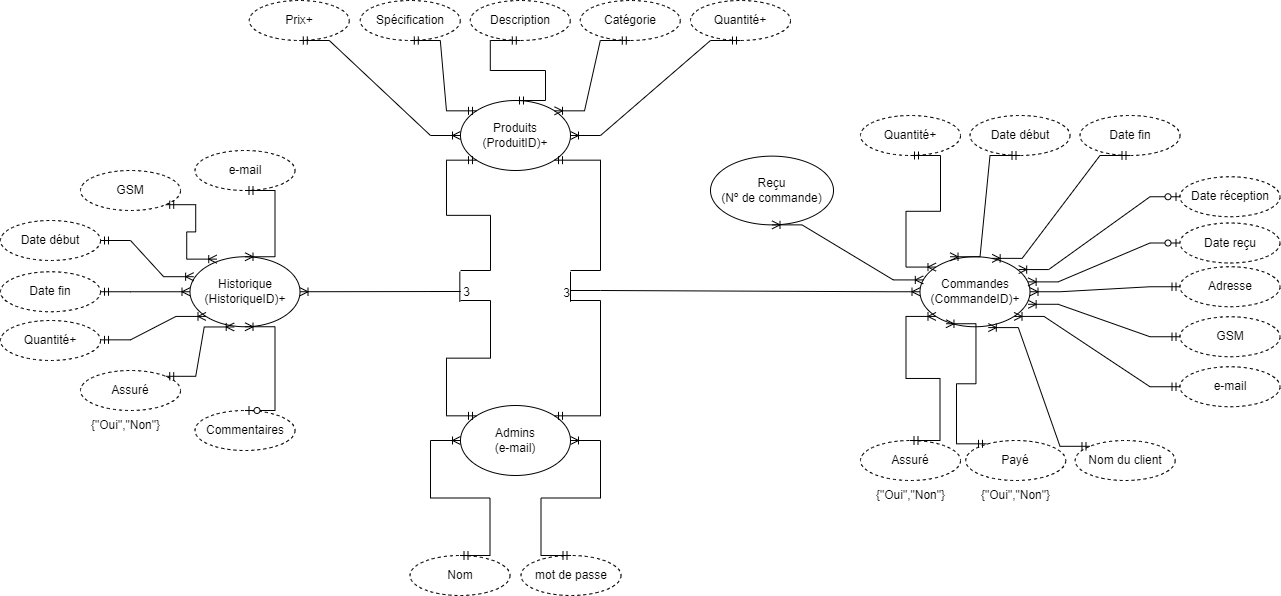
Above: ORM.png in Emilevillette/LINFO1212-2022-12 (draw.io), before the change. Source tidied: cells renumbered, new cells last; positions are measured from the earlier drawing's top-left corner, leaving out a move shared by most shapes.
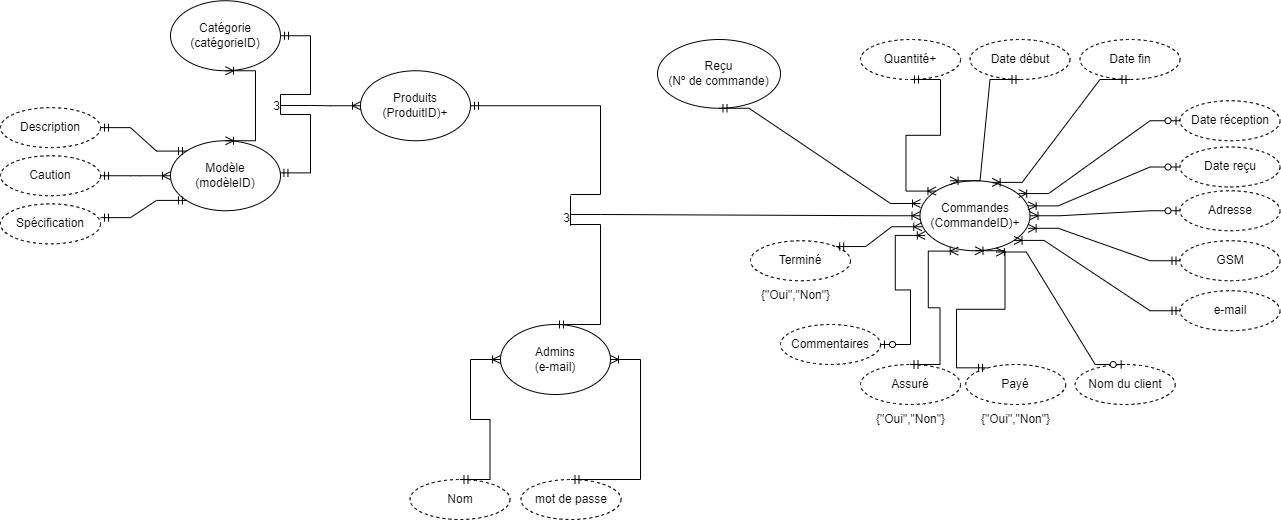
Above is the later version.

Diff of the diagram source:
```diff
@@ -5,3 +5,3 @@
     <mxCell id="2" value="Produits&lt;br&gt;(ProduitID)+" style="ellipse;whiteSpace=wrap;html=1;align=center;" parent="1" vertex="1">
-      <mxGeometry x="460" y="100" width="110" height="70" as="geometry" />
+      <mxGeometry x="360" y="146.2" width="110" height="70" as="geometry" />
     </mxCell>
@@ -11,13 +11,7 @@
     <mxCell id="4" value="Admins&lt;br&gt;(e-mail)" style="ellipse;whiteSpace=wrap;html=1;align=center;" parent="1" vertex="1">
-      <mxGeometry x="460" y="405" width="110" height="70" as="geometry" />
+      <mxGeometry x="500" y="400" width="110" height="70" as="geometry" />
     </mxCell>
-    <mxCell id="5" value="Catégorie" style="ellipse;whiteSpace=wrap;html=1;align=center;dashed=1;" parent="1" vertex="1">
-      <mxGeometry x="579.8" width="100" height="40" as="geometry" />
-    </mxCell>
     <mxCell id="6" value="Description" style="ellipse;whiteSpace=wrap;html=1;align=center;dashed=1;" parent="1" vertex="1">
-      <mxGeometry x="469.8" width="100" height="40" as="geometry" />
+      <mxGeometry y="183.1" width="100" height="40" as="geometry" />
     </mxCell>
-    <mxCell id="7" value="Prix+" style="ellipse;whiteSpace=wrap;html=1;align=center;dashed=1;" parent="1" vertex="1">
-      <mxGeometry x="248.8" width="100" height="40" as="geometry" />
-    </mxCell>
     <mxCell id="8" value="Nom" style="ellipse;whiteSpace=wrap;html=1;align=center;dashed=1;" parent="1" vertex="1">
@@ -43,5 +37,2 @@
     </mxCell>
-    <mxCell id="15" style="edgeStyle=entityRelationEdgeStyle;fontSize=12;html=1;endArrow=ERmandOne;startArrow=ERmandOne;rounded=0;fontColor=none;exitX=0.5;exitY=1;exitDx=0;exitDy=0;entryX=0.5;entryY=0;entryDx=0;entryDy=0;" parent="1" edge="1" source="6" target="2">
-      <mxGeometry relative="1" as="geometry" />
-    </mxCell>
     <mxCell id="16" style="endArrow=none;html=1;rounded=0;fontColor=none;" parent="1" edge="1">
@@ -60,8 +51,2 @@
     </mxCell>
-    <mxCell id="19" style="edgeStyle=entityRelationEdgeStyle;fontSize=12;html=1;endArrow=ERoneToMany;startArrow=ERmandOne;rounded=0;fontColor=none;entryX=1;entryY=0;entryDx=0;entryDy=0;exitX=0.5;exitY=1;exitDx=0;exitDy=0;" parent="1" edge="1" source="5" target="2">
-      <mxGeometry relative="1" as="geometry" />
-    </mxCell>
-    <mxCell id="20" style="edgeStyle=entityRelationEdgeStyle;fontSize=12;html=1;endArrow=ERoneToMany;startArrow=ERmandOne;rounded=0;fontColor=none;exitX=0.5;exitY=1;exitDx=0;exitDy=0;entryX=0;entryY=0.5;entryDx=0;entryDy=0;" parent="1" edge="1" source="7" target="2">
-      <mxGeometry relative="1" as="geometry" />
-    </mxCell>
     <mxCell id="21" style="edgeStyle=entityRelationEdgeStyle;fontSize=12;html=1;endArrow=ERoneToMany;startArrow=ERmandOne;rounded=0;fontColor=none;exitX=0.5;exitY=0;exitDx=0;exitDy=0;entryX=0;entryY=0.5;entryDx=0;entryDy=0;" parent="1" edge="1" source="8" target="4">
@@ -69,3 +54,3 @@
     </mxCell>
-    <mxCell id="22" style="edgeStyle=entityRelationEdgeStyle;fontSize=12;html=1;endArrow=ERoneToMany;startArrow=ERmandOne;rounded=0;fontColor=none;exitX=0.5;exitY=0;exitDx=0;exitDy=0;entryX=1;entryY=0.5;entryDx=0;entryDy=0;" parent="1" edge="1" source="9" target="4">
+    <mxCell id="22" style="edgeStyle=entityRelationEdgeStyle;fontSize=12;html=1;endArrow=ERoneToMany;startArrow=ERmandOne;rounded=0;fontColor=none;exitX=0.5;exitY=0;exitDx=0;exitDy=0;" parent="1" edge="1" source="9" target="4">
       <mxGeometry relative="1" as="geometry" />
@@ -81,6 +66,6 @@
     </mxCell>
-    <mxCell id="26" style="edgeStyle=entityRelationEdgeStyle;fontSize=12;html=1;endArrow=ERoneToMany;startArrow=ERmandOne;rounded=0;fontColor=none;exitX=0.208;exitY=0.083;exitDx=0;exitDy=0;exitPerimeter=0;entryX=0.236;entryY=0.957;entryDx=0;entryDy=0;entryPerimeter=0;" parent="1" edge="1" source="13" target="3">
+    <mxCell id="26" style="edgeStyle=entityRelationEdgeStyle;fontSize=12;html=1;endArrow=ERoneToMany;startArrow=ERmandOne;rounded=0;fontColor=none;exitX=0.208;exitY=0.083;exitDx=0;exitDy=0;exitPerimeter=0;entryX=0.5;entryY=1;entryDx=0;entryDy=0;" parent="1" edge="1" source="13" target="3">
       <mxGeometry relative="1" as="geometry" />
     </mxCell>
-    <mxCell id="27" style="edgeStyle=entityRelationEdgeStyle;fontSize=12;html=1;endArrow=ERmandOne;rounded=0;fontColor=none;entryX=1;entryY=1;entryDx=0;entryDy=0;" parent="1" edge="1" target="2">
+    <mxCell id="27" style="edgeStyle=entityRelationEdgeStyle;fontSize=12;html=1;endArrow=ERmandOne;rounded=0;fontColor=none;entryX=1;entryY=0.5;entryDx=0;entryDy=0;" parent="1" edge="1" target="2">
       <mxGeometry relative="1" as="geometry">
@@ -89,3 +74,3 @@
     </mxCell>
-    <mxCell id="28" style="edgeStyle=entityRelationEdgeStyle;fontSize=12;html=1;endArrow=ERmandOne;rounded=0;fontColor=none;entryX=1;entryY=0;entryDx=0;entryDy=0;" parent="1" edge="1" target="4">
+    <mxCell id="28" style="edgeStyle=entityRelationEdgeStyle;fontSize=12;html=1;endArrow=ERmandOne;rounded=0;fontColor=none;entryX=0.5;entryY=0;entryDx=0;entryDy=0;" parent="1" edge="1" target="4">
       <mxGeometry relative="1" as="geometry">
@@ -112,8 +97,2 @@
     </mxCell>
-    <mxCell id="35" style="edgeStyle=entityRelationEdgeStyle;fontSize=12;html=1;endArrow=ERoneToMany;startArrow=ERmandOne;rounded=0;fontColor=none;exitX=0;exitY=0.5;exitDx=0;exitDy=0;entryX=1;entryY=0.5;entryDx=0;entryDy=0;" parent="1" edge="1" source="32" target="3">
-      <mxGeometry relative="1" as="geometry" />
-    </mxCell>
-    <mxCell id="36" style="edgeStyle=entityRelationEdgeStyle;fontSize=12;html=1;endArrow=ERoneToMany;startArrow=ERmandOne;rounded=0;fontColor=none;exitX=0;exitY=0;exitDx=0;exitDy=0;entryX=0.621;entryY=1.012;entryDx=0;entryDy=0;entryPerimeter=0;" parent="1" edge="1" source="31" target="3">
-      <mxGeometry relative="1" as="geometry" />
-    </mxCell>
     <mxCell id="37" value="e-mail" style="ellipse;whiteSpace=wrap;html=1;align=center;dashed=1;" parent="1" vertex="1">
@@ -130,26 +109,2 @@
     </mxCell>
-    <mxCell id="41" value="Spécification" style="ellipse;whiteSpace=wrap;html=1;align=center;dashed=1;" parent="1" vertex="1">
-      <mxGeometry x="359.8" width="100" height="40" as="geometry" />
-    </mxCell>
-    <mxCell id="42" style="edgeStyle=entityRelationEdgeStyle;fontSize=12;html=1;endArrow=ERmandOne;startArrow=ERmandOne;rounded=0;fontColor=none;exitX=0.5;exitY=1;exitDx=0;exitDy=0;entryX=0;entryY=0;entryDx=0;entryDy=0;" parent="1" edge="1" source="41" target="2">
-      <mxGeometry relative="1" as="geometry" />
-    </mxCell>
-    <mxCell id="43" value="Historique&lt;br&gt;(HistoriqueID)+" style="ellipse;whiteSpace=wrap;html=1;align=center;" parent="1" vertex="1">
-      <mxGeometry x="189.5" y="256.2" width="110" height="70" as="geometry" />
-    </mxCell>
-    <mxCell id="44" value="Quantité+" style="ellipse;whiteSpace=wrap;html=1;align=center;dashed=1;" parent="1" vertex="1">
-      <mxGeometry y="320" width="100" height="40" as="geometry" />
-    </mxCell>
-    <mxCell id="45" value="Date début" style="ellipse;whiteSpace=wrap;html=1;align=center;dashed=1;" parent="1" vertex="1">
-      <mxGeometry y="220" width="100" height="40" as="geometry" />
-    </mxCell>
-    <mxCell id="46" value="Date fin" style="ellipse;whiteSpace=wrap;html=1;align=center;dashed=1;" parent="1" vertex="1">
-      <mxGeometry y="271.2" width="100" height="40" as="geometry" />
-    </mxCell>
-    <mxCell id="47" value="GSM" style="ellipse;whiteSpace=wrap;html=1;align=center;dashed=1;" parent="1" vertex="1">
-      <mxGeometry x="80" y="170" width="100" height="40" as="geometry" />
-    </mxCell>
-    <mxCell id="48" value="e-mail" style="ellipse;whiteSpace=wrap;html=1;align=center;dashed=1;" parent="1" vertex="1">
-      <mxGeometry x="194.5" y="150" width="100" height="40" as="geometry" />
-    </mxCell>
     <mxCell id="49" value="Assuré" style="ellipse;whiteSpace=wrap;html=1;align=center;dashed=1;" parent="1" vertex="1">
@@ -160,3 +115,3 @@
     </mxCell>
-    <mxCell id="51" style="edgeStyle=entityRelationEdgeStyle;fontSize=12;html=1;endArrow=ERoneToMany;startArrow=ERmandOne;rounded=0;fontColor=none;entryX=0;entryY=1;entryDx=0;entryDy=0;" parent="1" edge="1" target="3">
+    <mxCell id="51" style="edgeStyle=entityRelationEdgeStyle;fontSize=12;html=1;endArrow=ERoneToMany;startArrow=ERmandOne;rounded=0;fontColor=none;entryX=0.348;entryY=1.005;entryDx=0;entryDy=0;entryPerimeter=0;" parent="1" edge="1" target="3">
       <mxGeometry relative="1" as="geometry">
@@ -165,72 +120,79 @@
     </mxCell>
-    <mxCell id="52" value="Assuré" style="ellipse;whiteSpace=wrap;html=1;align=center;dashed=1;" parent="1" vertex="1">
-      <mxGeometry x="80" y="370" width="100" height="40" as="geometry" />
-    </mxCell>
+    <mxCell id="69" value="Reçu&lt;br&gt;(Nº de commande)" style="ellipse;whiteSpace=wrap;html=1;align=center;" parent="1" vertex="1">
+      <mxGeometry x="657" y="115" width="123" height="68.8" as="geometry" />
+    </mxCell>
+    <mxCell id="54" value="Commentaires" style="ellipse;whiteSpace=wrap;html=1;align=center;dashed=1;" parent="1" vertex="1">
+      <mxGeometry x="780" y="400" width="100" height="40" as="geometry" />
+    </mxCell>
+    <mxCell id="71" value="Terminé" style="ellipse;whiteSpace=wrap;html=1;align=center;dashed=1;" parent="1" vertex="1">
+      <mxGeometry x="750" y="316.2" width="100" height="40" as="geometry" />
+    </mxCell>
+    <mxCell id="72" value="Catégorie&lt;br&gt;(catégorieID)" style="ellipse;whiteSpace=wrap;html=1;align=center;" parent="1" vertex="1">
+      <mxGeometry x="170" y="76.2" width="110" height="70" as="geometry" />
+    </mxCell>
+    <mxCell id="73" value="Modèle&lt;br&gt;(modèleID)" style="ellipse;whiteSpace=wrap;html=1;align=center;" parent="1" vertex="1">
+      <mxGeometry x="170" y="216.2" width="110" height="70" as="geometry" />
+    </mxCell>
+    <mxCell id="74" value="Caution" style="ellipse;whiteSpace=wrap;html=1;align=center;dashed=1;" parent="1" vertex="1">
+      <mxGeometry y="231.2" width="100" height="40" as="geometry" />
+    </mxCell>
+    <mxCell id="41" value="Spécification" style="ellipse;whiteSpace=wrap;html=1;align=center;dashed=1;" parent="1" vertex="1">
+      <mxGeometry y="279.4" width="100" height="40" as="geometry" />
+    </mxCell>
+    <mxCell id="75" style="edgeStyle=entityRelationEdgeStyle;fontSize=12;html=1;endArrow=ERoneToMany;startArrow=ERoneToMany;rounded=0;entryX=0.5;entryY=1;entryDx=0;entryDy=0;exitX=0.5;exitY=0;exitDx=0;exitDy=0;" parent="1" edge="1" source="73" target="72">
+      <mxGeometry relative="1" as="geometry" />
+    </mxCell>
+    <mxCell id="76" style="edgeStyle=entityRelationEdgeStyle;fontSize=12;html=1;endArrow=ERoneToMany;startArrow=ERmandOne;rounded=0;exitX=0.5;exitY=1;exitDx=0;exitDy=0;" parent="1" edge="1" source="69">
+      <mxGeometry relative="1" as="geometry">
+        <mxPoint x="920" y="279" as="targetPoint" />
+      </mxGeometry>
+    </mxCell>
+    <mxCell id="77" style="endArrow=none;html=1;rounded=0;fontColor=none;" parent="1" edge="1">
+      <mxGeometry relative="1" as="geometry">
+        <mxPoint x="280" y="170" as="sourcePoint" />
+        <mxPoint x="280" y="190" as="targetPoint" />
+      </mxGeometry>
+    </mxCell>
+    <mxCell id="56" value="3" style="html=1;align=right;verticalAlign=bottom;labelBackgroundColor=none;strokeColor=default;fontColor=none;fillColor=#000000;" parent="77" vertex="1">
+      <mxGeometry x="1" relative="1" as="geometry" />
+    </mxCell>
+    <mxCell id="78" style="edgeStyle=entityRelationEdgeStyle;fontSize=12;html=1;endArrow=ERmandOne;rounded=0;" parent="1" edge="1" target="72">
+      <mxGeometry relative="1" as="geometry">
+        <mxPoint x="280" y="170" as="sourcePoint" />
+      </mxGeometry>
+    </mxCell>
+    <mxCell id="79" style="edgeStyle=entityRelationEdgeStyle;fontSize=12;html=1;endArrow=ERmandOne;rounded=0;entryX=0.995;entryY=0.459;entryDx=0;entryDy=0;entryPerimeter=0;" parent="1" edge="1" target="73">
+      <mxGeometry relative="1" as="geometry">
+        <mxPoint x="280" y="190" as="sourcePoint" />
+      </mxGeometry>
+    </mxCell>
+    <mxCell id="80" style="edgeStyle=entityRelationEdgeStyle;fontSize=12;html=1;endArrow=ERoneToMany;rounded=0;entryX=0;entryY=0.5;entryDx=0;entryDy=0;" parent="1" edge="1" target="2">
+      <mxGeometry relative="1" as="geometry">
+        <mxPoint x="280" y="181" as="sourcePoint" />
+      </mxGeometry>
+    </mxCell>
+    <mxCell id="81" style="edgeStyle=entityRelationEdgeStyle;fontSize=12;html=1;endArrow=ERmandOne;startArrow=ERmandOne;rounded=0;exitX=1;exitY=0.5;exitDx=0;exitDy=0;entryX=0;entryY=0;entryDx=0;entryDy=0;" parent="1" edge="1" source="6" target="73">
+      <mxGeometry relative="1" as="geometry" />
+    </mxCell>
+    <mxCell id="82" style="edgeStyle=entityRelationEdgeStyle;fontSize=12;html=1;endArrow=ERmandOne;startArrow=ERmandOne;rounded=0;exitX=1;exitY=0.344;exitDx=0;exitDy=0;entryX=0;entryY=1;entryDx=0;entryDy=0;exitPerimeter=0;" parent="1" edge="1" source="41" target="73">
+      <mxGeometry relative="1" as="geometry" />
+    </mxCell>
+    <mxCell id="83" style="edgeStyle=entityRelationEdgeStyle;fontSize=12;html=1;endArrow=ERoneToMany;startArrow=ERmandOne;rounded=0;exitX=1;exitY=0.5;exitDx=0;exitDy=0;entryX=0;entryY=0.5;entryDx=0;entryDy=0;" parent="1" edge="1" source="74" target="73">
+      <mxGeometry relative="1" as="geometry" />
+    </mxCell>
     <mxCell id="53" value="{&quot;Oui&quot;,&quot;Non&quot;}" style="text;html=1;align=center;verticalAlign=middle;strokeColor=none;fillColor=none;fontColor=none;" parent="1" vertex="1">
-      <mxGeometry x="80" y="410" width="90" height="30" as="geometry" />
+      <mxGeometry x="750" y="356.2" width="90" height="30" as="geometry" />
     </mxCell>
-    <mxCell id="54" value="Commentaires" style="ellipse;whiteSpace=wrap;html=1;align=center;dashed=1;" parent="1" vertex="1">
-      <mxGeometry x="194.5" y="410" width="100" height="40" as="geometry" />
-    </mxCell>
-    <mxCell id="55" style="endArrow=none;html=1;rounded=0;fontColor=none;" parent="1" edge="1">
-      <mxGeometry relative="1" as="geometry">
-        <mxPoint x="459.3" y="271.2" as="sourcePoint" />
-        <mxPoint x="459.3" y="301.2" as="targetPoint" />
-      </mxGeometry>
-    </mxCell>
-    <mxCell id="56" value="3" style="html=1;align=right;verticalAlign=bottom;labelBackgroundColor=none;strokeColor=default;fontColor=none;fillColor=#000000;" parent="55" vertex="1">
-      <mxGeometry x="1" relative="1" as="geometry">
-        <mxPoint x="11" y="-1" as="offset" />
-      </mxGeometry>
-    </mxCell>
-    <mxCell id="57" style="edgeStyle=entityRelationEdgeStyle;fontSize=12;html=1;endArrow=ERmandOne;rounded=0;entryX=0;entryY=1;entryDx=0;entryDy=0;" parent="1" edge="1" target="2">
-      <mxGeometry relative="1" as="geometry">
-        <mxPoint x="460" y="270" as="sourcePoint" />
-      </mxGeometry>
-    </mxCell>
-    <mxCell id="58" style="edgeStyle=entityRelationEdgeStyle;fontSize=12;html=1;endArrow=ERmandOne;rounded=0;entryX=0;entryY=0;entryDx=0;entryDy=0;" parent="1" edge="1" target="4">
-      <mxGeometry relative="1" as="geometry">
-        <mxPoint x="460" y="300" as="sourcePoint" />
-      </mxGeometry>
-    </mxCell>
-    <mxCell id="59" style="edgeStyle=entityRelationEdgeStyle;fontSize=12;html=1;endArrow=ERoneToMany;rounded=0;entryX=1;entryY=0.5;entryDx=0;entryDy=0;" parent="1" edge="1" target="43">
-      <mxGeometry relative="1" as="geometry">
-        <mxPoint x="430" y="291" as="sourcePoint" />
-      </mxGeometry>
-    </mxCell>
-    <mxCell id="60" style="edgeStyle=entityRelationEdgeStyle;fontSize=12;html=1;endArrow=ERoneToMany;startArrow=ERzeroToOne;rounded=0;exitX=0.5;exitY=0;exitDx=0;exitDy=0;entryX=0.5;entryY=1;entryDx=0;entryDy=0;" parent="1" edge="1" source="54" target="43">
-      <mxGeometry relative="1" as="geometry" />
-    </mxCell>
-    <mxCell id="61" style="edgeStyle=entityRelationEdgeStyle;fontSize=12;html=1;endArrow=ERoneToMany;startArrow=ERmandOne;rounded=0;exitX=1;exitY=0;exitDx=0;exitDy=0;entryX=0.402;entryY=1.003;entryDx=0;entryDy=0;entryPerimeter=0;" parent="1" edge="1" source="52" target="43">
-      <mxGeometry relative="1" as="geometry" />
-    </mxCell>
-    <mxCell id="62" style="edgeStyle=entityRelationEdgeStyle;fontSize=12;html=1;endArrow=ERoneToMany;startArrow=ERmandOne;rounded=0;exitX=1;exitY=0;exitDx=0;exitDy=0;entryX=0;entryY=1;entryDx=0;entryDy=0;" parent="1" edge="1" target="43">
-      <mxGeometry relative="1" as="geometry">
-        <mxPoint x="100" y="339.4" as="sourcePoint" />
-      </mxGeometry>
-    </mxCell>
-    <mxCell id="63" style="edgeStyle=entityRelationEdgeStyle;fontSize=12;html=1;endArrow=ERoneToMany;startArrow=ERmandOne;rounded=0;exitX=1;exitY=0.5;exitDx=0;exitDy=0;entryX=0;entryY=0.5;entryDx=0;entryDy=0;" parent="1" edge="1" source="46" target="43">
-      <mxGeometry relative="1" as="geometry" />
-    </mxCell>
-    <mxCell id="64" style="edgeStyle=entityRelationEdgeStyle;fontSize=12;html=1;endArrow=ERoneToMany;startArrow=ERmandOne;rounded=0;exitX=1;exitY=0.5;exitDx=0;exitDy=0;entryX=0.033;entryY=0.285;entryDx=0;entryDy=0;entryPerimeter=0;" parent="1" edge="1" source="45" target="43">
-      <mxGeometry relative="1" as="geometry" />
-    </mxCell>
-    <mxCell id="65" style="edgeStyle=entityRelationEdgeStyle;fontSize=12;html=1;endArrow=ERoneToMany;startArrow=ERmandOne;rounded=0;exitX=1;exitY=1;exitDx=0;exitDy=0;entryX=0.243;entryY=0.034;entryDx=0;entryDy=0;entryPerimeter=0;" parent="1" edge="1" source="47" target="43">
-      <mxGeometry relative="1" as="geometry" />
-    </mxCell>
-    <mxCell id="66" style="edgeStyle=entityRelationEdgeStyle;fontSize=12;html=1;endArrow=ERoneToMany;startArrow=ERmandOne;rounded=0;exitX=0.5;exitY=1;exitDx=0;exitDy=0;entryX=0.5;entryY=0;entryDx=0;entryDy=0;" parent="1" edge="1" source="48" target="43">
-      <mxGeometry relative="1" as="geometry" />
-    </mxCell>
-    <mxCell id="67" value="Quantité+" style="ellipse;whiteSpace=wrap;html=1;align=center;dashed=1;" parent="1" vertex="1">
-      <mxGeometry x="690" width="100" height="40" as="geometry" />
-    </mxCell>
-    <mxCell id="68" style="edgeStyle=entityRelationEdgeStyle;fontSize=12;html=1;endArrow=ERoneToMany;startArrow=ERmandOne;rounded=0;fontColor=none;entryX=1;entryY=0.5;entryDx=0;entryDy=0;exitX=0.5;exitY=1;exitDx=0;exitDy=0;" parent="1" edge="1" source="67" target="2">
-      <mxGeometry relative="1" as="geometry" />
-    </mxCell>
-    <mxCell id="69" value="Reçu&lt;br&gt;(Nº de commande)" style="ellipse;whiteSpace=wrap;html=1;align=center;" parent="1" vertex="1">
-      <mxGeometry x="710" y="155.6" width="123" height="68.8" as="geometry" />
-    </mxCell>
-    <mxCell id="70" style="edgeStyle=entityRelationEdgeStyle;fontSize=12;html=1;endArrow=ERoneToMany;startArrow=ERoneToMany;rounded=0;exitX=0.5;exitY=1;exitDx=0;exitDy=0;entryX=0.03;entryY=0.331;entryDx=0;entryDy=0;entryPerimeter=0;" parent="1" edge="1" source="69" target="3">
-      <mxGeometry relative="1" as="geometry" />
-    </mxCell>
+    <mxCell id="84" style="edgeStyle=entityRelationEdgeStyle;fontSize=12;html=1;endArrow=ERoneToMany;startArrow=ERzeroToOne;rounded=0;entryX=0.048;entryY=0.781;entryDx=0;entryDy=0;entryPerimeter=0;" parent="1" edge="1" source="54" target="3">
+      <mxGeometry relative="1" as="geometry" />
+    </mxCell>
+    <mxCell id="36" style="edgeStyle=entityRelationEdgeStyle;fontSize=12;html=1;endArrow=ERoneToMany;startArrow=ERzeroToOne;rounded=0;exitX=0.5;exitY=0;exitDx=0;exitDy=0;entryX=0.694;entryY=1.018;entryDx=0;entryDy=0;entryPerimeter=0;" parent="1" edge="1" source="31" target="3">
+      <mxGeometry relative="1" as="geometry" />
+    </mxCell>
+    <mxCell id="35" style="edgeStyle=entityRelationEdgeStyle;fontSize=12;html=1;endArrow=ERoneToMany;startArrow=ERzeroToOne;rounded=0;exitX=0;exitY=0.5;exitDx=0;exitDy=0;entryX=1;entryY=0.5;entryDx=0;entryDy=0;" parent="1" edge="1" source="32" target="3">
+      <mxGeometry relative="1" as="geometry" />
+    </mxCell>
+    <mxCell id="85" style="edgeStyle=entityRelationEdgeStyle;fontSize=12;html=1;endArrow=ERoneToMany;startArrow=ERmandOne;rounded=0;fontColor=none;entryX=0.016;entryY=0.657;entryDx=0;entryDy=0;exitX=1;exitY=0;exitDx=0;exitDy=0;entryPerimeter=0;" parent="1" edge="1" source="71" target="3">
+      <mxGeometry relative="1" as="geometry" />
+    </mxCell>
   </root>
```
